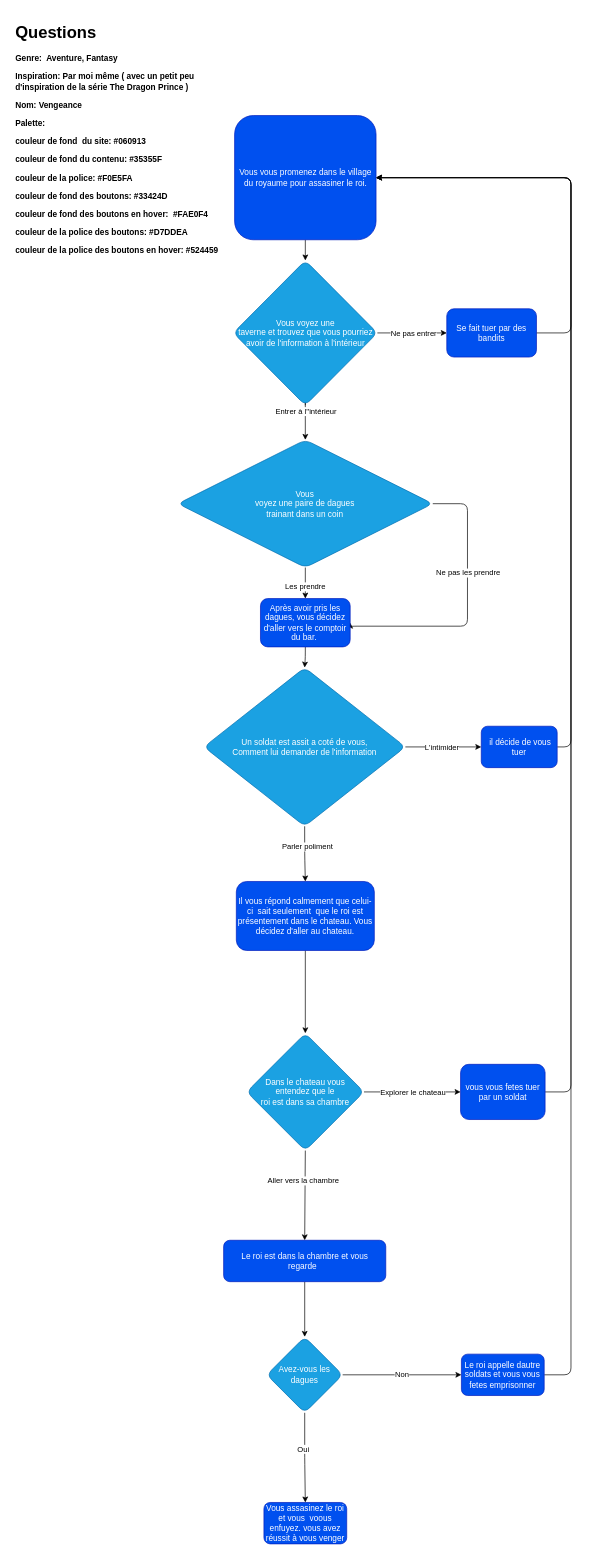
The draw.io diagram schemat.drawio in MaikHamel/histoire-dont-vous-etes-le-hero.github.io, before the edit. Source tidied: cells renumbered, new cells numbered last; positions are measured from the earlier drawing's top-left corner, leaving out a move shared by most shapes. Both pictures are drawn from the tidied source at 69%, with x=0, y=0 at pixel (12, 19).
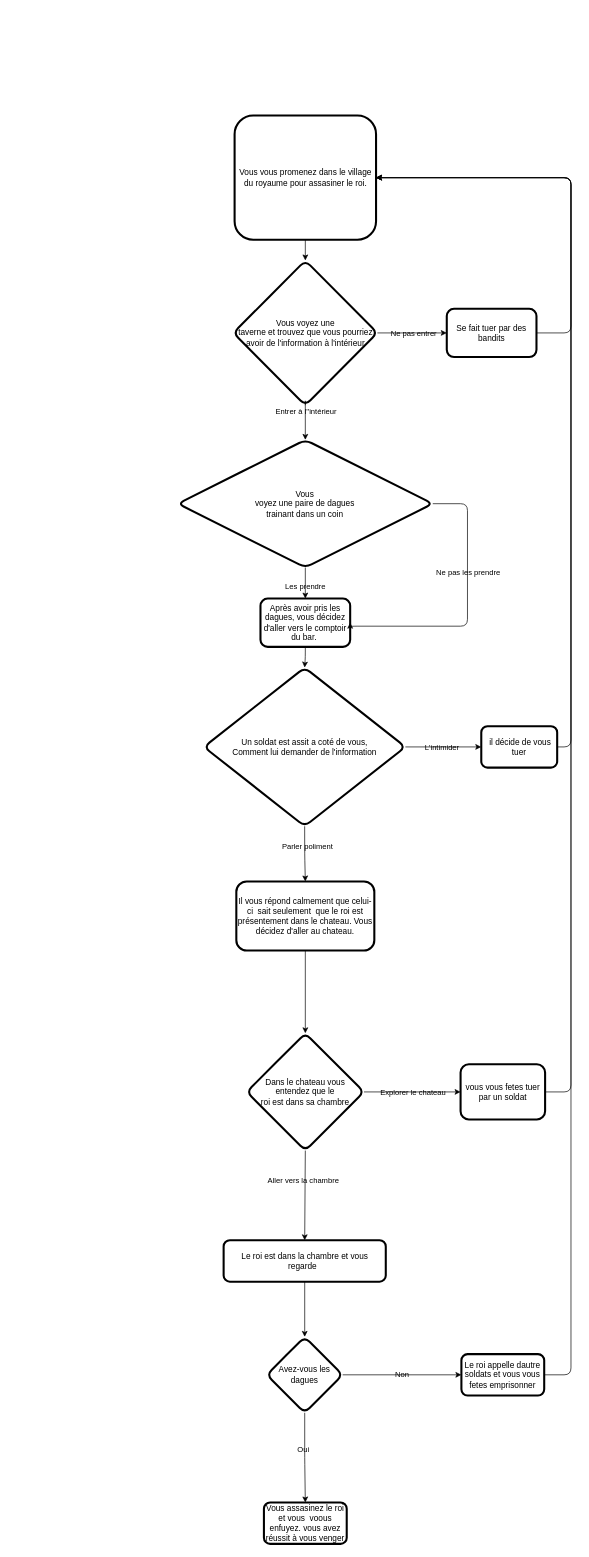
Above is the later version.

What changed in the source:
```diff
@@
-<mxGraphModel>
+<mxGraphModel background="#ffffff">
@@
-    <mxCell id="2" style="edgeStyle=none;html=1;exitX=0.5;exitY=1;exitDx=0;exitDy=0;entryX=0.5;entryY=0;entryDx=0;entryDy=0;" parent="1" edge="1" source="3" target="9">
+    <mxCell id="2" style="edgeStyle=none;html=1;exitX=0.5;exitY=1;exitDx=0;exitDy=0;entryX=0.5;entryY=0;entryDx=0;entryDy=0;strokeColor=#000000;" parent="1" edge="1" source="3" target="9">
       <mxGeometry relative="1" as="geometry" />
     </mxCell>
-    <mxCell id="3" value="Vous vous promenez dans le village du royaume pour assasiner le roi." style="rounded=1;whiteSpace=wrap;html=1;fillColor=#0050ef;fontColor=#ffffff;strokeColor=#001DBC;" parent="1" vertex="1">
+    <mxCell id="3" value="Vous vous promenez dans le village du royaume pour assasiner le roi." style="rounded=1;whiteSpace=wrap;html=1;labelBorderColor=none;labelBackgroundColor=none;fillColor=none;fontColor=#000000;strokeColor=#000000;strokeWidth=3;" parent="1" vertex="1">
       <mxGeometry x="322.5" y="140" width="205" height="180" as="geometry" />
     </mxCell>
-    <mxCell id="4" value="&lt;h1&gt;Questions&lt;/h1&gt;&lt;p&gt;&lt;b&gt;Genre:&amp;nbsp; Aventure, Fantasy&lt;/b&gt;&lt;/p&gt;&lt;p&gt;&lt;b&gt;Inspiration: Par moi même ( avec un petit peu d'inspiration de la série The Dragon Prince )&lt;/b&gt;&lt;b&gt;&lt;br&gt;&lt;/b&gt;&lt;/p&gt;&lt;p&gt;&lt;b&gt;Nom: Vengeance&lt;/b&gt;&lt;b&gt;&lt;br&gt;&lt;/b&gt;&lt;/p&gt;&lt;p&gt;&lt;b&gt;Palette:&amp;nbsp;&lt;/b&gt;&lt;b&gt;&lt;br&gt;&lt;/b&gt;&lt;/p&gt;&lt;p&gt;&lt;b&gt;couleur de fond&amp;nbsp; du site: #060913&lt;/b&gt;&lt;/p&gt;&lt;p&gt;&lt;b&gt;couleur de fond du contenu: #35355F&lt;/b&gt;&lt;/p&gt;&lt;p&gt;&lt;b&gt;couleur de la police: #F0E5FA&lt;/b&gt;&lt;/p&gt;&lt;p&gt;&lt;b&gt;couleur de fond des boutons: #33424D&lt;/b&gt;&lt;/p&gt;&lt;p&gt;&lt;b&gt;couleur de fond des boutons en hover:&amp;nbsp; #FAE0F4&lt;/b&gt;&lt;/p&gt;&lt;p&gt;&lt;b&gt;couleur de la police des boutons: #D7DDEA&lt;/b&gt;&lt;/p&gt;&lt;p&gt;&lt;b&gt;couleur de la police des boutons en hover: #524459&lt;/b&gt;&lt;/p&gt;&lt;br&gt;&lt;p&gt;&lt;b&gt;&lt;br&gt;&lt;/b&gt;&lt;/p&gt;" style="text;html=1;strokeColor=none;fillColor=none;spacing=5;spacingTop=-20;whiteSpace=wrap;overflow=hidden;rounded=0;" parent="1" vertex="1">
-      <mxGeometry width="320" height="380" as="geometry" />
-    </mxCell>
-    <mxCell id="5" style="edgeStyle=none;html=1;exitX=0.5;exitY=1;exitDx=0;exitDy=0;entryX=0.5;entryY=0;entryDx=0;entryDy=0;" parent="1" edge="1" source="9" target="43">
+    <mxCell id="5" style="edgeStyle=none;html=1;exitX=0.5;exitY=1;exitDx=0;exitDy=0;entryX=0.5;entryY=0;entryDx=0;entryDy=0;strokeColor=#000000;" parent="1" edge="1" source="9" target="43">
       <mxGeometry relative="1" as="geometry">
         <Array as="points">
           <mxPoint x="425" y="550" />
         </Array>
       </mxGeometry>
     </mxCell>
-    <mxCell id="6" value="Entrer à l''intérieur" style="edgeLabel;html=1;align=center;verticalAlign=middle;" parent="5" vertex="1">
+    <mxCell id="6" value="Entrer à l''intérieur" style="edgeLabel;html=1;align=center;verticalAlign=middle;labelBackgroundColor=none;fontColor=#000000;" parent="5" vertex="1">
       <mxGeometry x="0.09" y="-3" relative="1" as="geometry">
         <mxPoint x="3" y="-10" as="offset" />
       </mxGeometry>
     </mxCell>
-    <mxCell id="7" style="edgeStyle=none;html=1;exitX=1;exitY=0.5;exitDx=0;exitDy=0;entryX=0;entryY=0.5;entryDx=0;entryDy=0;" parent="1" edge="1" source="9" target="15">
+    <mxCell id="7" style="edgeStyle=none;html=1;exitX=1;exitY=0.5;exitDx=0;exitDy=0;entryX=0;entryY=0.5;entryDx=0;entryDy=0;strokeColor=#000000;" parent="1" edge="1" source="9" target="15">
       <mxGeometry relative="1" as="geometry" />
     </mxCell>
-    <mxCell id="8" value="Ne pas entrer" style="edgeLabel;html=1;align=center;verticalAlign=middle;" parent="7" vertex="1">
+    <mxCell id="8" value="Ne pas entrer" style="edgeLabel;html=1;align=center;verticalAlign=middle;labelBackgroundColor=none;fontColor=#000000;" parent="7" vertex="1">
       <mxGeometry x="-0.24" relative="1" as="geometry">
         <mxPoint x="14" as="offset" />
       </mxGeometry>
     </mxCell>
-    <mxCell id="9" value="Vous voyez une &lt;br&gt;taverne et trouvez que vous pourriez avoir de l'information à l'intérieur" style="rhombus;whiteSpace=wrap;html=1;rounded=1;fillColor=#1ba1e2;strokeColor=#006EAF;fontColor=#ffffff;" parent="1" vertex="1">
+    <mxCell id="9" value="Vous voyez une &lt;br&gt;taverne et trouvez que vous pourriez avoir de l'information à l'intérieur" style="rhombus;whiteSpace=wrap;html=1;rounded=1;labelBorderColor=none;labelBackgroundColor=none;fillColor=none;fontColor=#000000;strokeColor=#000000;strokeWidth=3;" parent="1" vertex="1">
       <mxGeometry x="320.6" y="350" width="208.8" height="210" as="geometry" />
     </mxCell>
-    <mxCell id="10" style="edgeStyle=orthogonalEdgeStyle;html=1;exitX=1;exitY=0.5;exitDx=0;exitDy=0;entryX=1;entryY=0.5;entryDx=0;entryDy=0;" parent="1" edge="1" source="43" target="17">
+    <mxCell id="10" style="edgeStyle=orthogonalEdgeStyle;html=1;exitX=1;exitY=0.5;exitDx=0;exitDy=0;entryX=1;entryY=0.5;entryDx=0;entryDy=0;strokeColor=#000000;" parent="1" edge="1" source="43" target="17">
       <mxGeometry relative="1" as="geometry">
         <Array as="points">
           <mxPoint x="660" y="703" />
           <mxPoint x="660" y="880" />
           <mxPoint x="490" y="880" />
         </Array>
       </mxGeometry>
     </mxCell>
-    <mxCell id="11" value="Ne pas les prendre" style="edgeLabel;html=1;align=center;verticalAlign=middle;" parent="10" vertex="1">
+    <mxCell id="11" value="Ne pas les prendre" style="edgeLabel;html=1;align=center;verticalAlign=middle;labelBackgroundColor=none;fontColor=#000000;" parent="10" vertex="1">
       <mxGeometry x="-0.25" y="-2" relative="1" as="geometry">
         <mxPoint x="2" y="-1" as="offset" />
       </mxGeometry>
     </mxCell>
-    <mxCell id="12" style="edgeStyle=orthogonalEdgeStyle;html=1;exitX=0.5;exitY=1;exitDx=0;exitDy=0;entryX=0.5;entryY=0;entryDx=0;entryDy=0;" parent="1" edge="1" source="43" target="17">
+    <mxCell id="12" style="edgeStyle=orthogonalEdgeStyle;html=1;exitX=0.5;exitY=1;exitDx=0;exitDy=0;entryX=0.5;entryY=0;entryDx=0;entryDy=0;strokeColor=#000000;" parent="1" edge="1" source="43" target="17">
       <mxGeometry relative="1" as="geometry" />
     </mxCell>
-    <mxCell id="13" value="Les prendre" style="edgeLabel;html=1;align=center;verticalAlign=middle;" parent="12" vertex="1">
+    <mxCell id="13" value="Les prendre" style="edgeLabel;html=1;align=center;verticalAlign=middle;labelBackgroundColor=none;fontColor=#000000;" parent="12" vertex="1">
       <mxGeometry x="0.22" y="-1" relative="1" as="geometry" />
     </mxCell>
-    <mxCell id="14" style="edgeStyle=orthogonalEdgeStyle;html=1;exitX=1;exitY=0.5;exitDx=0;exitDy=0;entryX=1;entryY=0.5;entryDx=0;entryDy=0;" parent="1" edge="1" source="15" target="3">
+    <mxCell id="14" style="edgeStyle=orthogonalEdgeStyle;html=1;exitX=1;exitY=0.5;exitDx=0;exitDy=0;entryX=1;entryY=0.5;entryDx=0;entryDy=0;strokeColor=#000000;" parent="1" edge="1" source="15" target="3">
       <mxGeometry relative="1" as="geometry">
         <Array as="points">
           <mxPoint x="810" y="455" />
           <mxPoint x="810" y="230" />
         </Array>
       </mxGeometry>
     </mxCell>
-    <mxCell id="15" value="Se fait tuer par des bandits" style="rounded=1;whiteSpace=wrap;html=1;fillColor=#0050ef;fontColor=#ffffff;strokeColor=#001DBC;" parent="1" vertex="1">
+    <mxCell id="15" value="Se fait tuer par des bandits" style="rounded=1;whiteSpace=wrap;html=1;labelBorderColor=none;labelBackgroundColor=none;fillColor=none;fontColor=#000000;strokeColor=#000000;strokeWidth=3;" parent="1" vertex="1">
       <mxGeometry x="630" y="420" width="130" height="70" as="geometry" />
     </mxCell>
-    <mxCell id="16" style="edgeStyle=orthogonalEdgeStyle;html=1;exitX=0.5;exitY=1;exitDx=0;exitDy=0;entryX=0.5;entryY=0;entryDx=0;entryDy=0;" parent="1" edge="1" source="17" target="22">
+    <mxCell id="16" style="edgeStyle=orthogonalEdgeStyle;html=1;exitX=0.5;exitY=1;exitDx=0;exitDy=0;entryX=0.5;entryY=0;entryDx=0;entryDy=0;strokeColor=#000000;" parent="1" edge="1" source="17" target="22">
       <mxGeometry relative="1" as="geometry" />
     </mxCell>
-    <mxCell id="17" value="Après avoir pris les dagues, vous décidez d'aller vers le comptoir du bar.&amp;nbsp;" style="rounded=1;whiteSpace=wrap;html=1;fillColor=#0050ef;fontColor=#ffffff;strokeColor=#001DBC;" parent="1" vertex="1">
+    <mxCell id="17" value="Après avoir pris les dagues, vous décidez d'aller vers le comptoir du bar.&amp;nbsp;" style="rounded=1;whiteSpace=wrap;html=1;labelBorderColor=none;labelBackgroundColor=none;fillColor=none;fontColor=#000000;strokeColor=#000000;strokeWidth=3;" parent="1" vertex="1">
       <mxGeometry x="360" y="840" width="130" height="70" as="geometry" />
     </mxCell>
-    <mxCell id="18" style="edgeStyle=orthogonalEdgeStyle;html=1;exitX=0.5;exitY=1;exitDx=0;exitDy=0;entryX=0.5;entryY=0;entryDx=0;entryDy=0;" parent="1" edge="1" source="22" target="24">
+    <mxCell id="18" style="edgeStyle=orthogonalEdgeStyle;html=1;exitX=0.5;exitY=1;exitDx=0;exitDy=0;entryX=0.5;entryY=0;entryDx=0;entryDy=0;strokeColor=#000000;" parent="1" edge="1" source="22" target="24">
       <mxGeometry relative="1" as="geometry" />
     </mxCell>
-    <mxCell id="19" value="Parler poliment" style="edgeLabel;html=1;align=center;verticalAlign=middle;" parent="18" vertex="1">
+    <mxCell id="19" value="Parler poliment" style="edgeLabel;html=1;align=center;verticalAlign=middle;labelBackgroundColor=none;fontColor=#000000;" parent="18" vertex="1">
       <mxGeometry x="-0.25" y="3" relative="1" as="geometry" />
     </mxCell>
-    <mxCell id="20" style="edgeStyle=orthogonalEdgeStyle;html=1;exitX=1;exitY=0.5;exitDx=0;exitDy=0;entryX=0;entryY=0.5;entryDx=0;entryDy=0;" parent="1" edge="1" source="22" target="26">
+    <mxCell id="20" style="edgeStyle=orthogonalEdgeStyle;html=1;exitX=1;exitY=0.5;exitDx=0;exitDy=0;entryX=0;entryY=0.5;entryDx=0;entryDy=0;strokeColor=#000000;" parent="1" edge="1" source="22" target="26">
       <mxGeometry relative="1" as="geometry" />
     </mxCell>
-    <mxCell id="21" value="L'intimider" style="edgeLabel;html=1;align=center;verticalAlign=middle;" parent="20" vertex="1">
+    <mxCell id="21" value="L'intimider" style="edgeLabel;html=1;align=center;verticalAlign=middle;labelBackgroundColor=none;fontColor=#000000;" parent="20" vertex="1">
       <mxGeometry x="-0.3" y="1" relative="1" as="geometry">
         <mxPoint x="13" y="1" as="offset" />
       </mxGeometry>
     </mxCell>
-    <mxCell id="22" value="&lt;font style=&quot;font-size: 12px;&quot;&gt;Un soldat est assit a coté de vous, &lt;br&gt;Comment lui demander de l'information&lt;/font&gt;" style="rhombus;whiteSpace=wrap;html=1;rounded=1;fillColor=#1ba1e2;strokeColor=#006EAF;fontColor=#ffffff;" parent="1" vertex="1">
+    <mxCell id="22" value="&lt;font style=&quot;font-size: 12px;&quot;&gt;Un soldat est assit a coté de vous, &lt;br&gt;Comment lui demander de l'information&lt;/font&gt;" style="rhombus;whiteSpace=wrap;html=1;rounded=1;labelBorderColor=none;labelBackgroundColor=none;fillColor=none;fontColor=#000000;strokeColor=#000000;strokeWidth=3;" parent="1" vertex="1">
       <mxGeometry x="278.1" y="940" width="291.9" height="230" as="geometry" />
     </mxCell>
-    <mxCell id="23" style="edgeStyle=orthogonalEdgeStyle;html=1;exitX=0.5;exitY=1;exitDx=0;exitDy=0;entryX=0.5;entryY=0;entryDx=0;entryDy=0;" parent="1" edge="1" source="24" target="33">
+    <mxCell id="23" style="edgeStyle=orthogonalEdgeStyle;html=1;exitX=0.5;exitY=1;exitDx=0;exitDy=0;entryX=0.5;entryY=0;entryDx=0;entryDy=0;strokeColor=#000000;" parent="1" edge="1" source="24" target="33">
       <mxGeometry relative="1" as="geometry" />
     </mxCell>
-    <mxCell id="24" value="Il vous répond calmement que celui-ci&amp;nbsp; sait seulement&amp;nbsp; que le roi est présentement dans le chateau. Vous décidez d'aller au chateau." style="rounded=1;whiteSpace=wrap;html=1;fillColor=#0050ef;fontColor=#ffffff;strokeColor=#001DBC;" parent="1" vertex="1">
+    <mxCell id="24" value="Il vous répond calmement que celui-ci&amp;nbsp; sait seulement&amp;nbsp; que le roi est présentement dans le chateau. Vous décidez d'aller au chateau." style="rounded=1;whiteSpace=wrap;html=1;labelBorderColor=none;labelBackgroundColor=none;fillColor=none;fontColor=#000000;strokeColor=#000000;strokeWidth=3;" parent="1" vertex="1">
       <mxGeometry x="325" y="1250" width="200" height="100" as="geometry" />
     </mxCell>
-    <mxCell id="25" style="edgeStyle=orthogonalEdgeStyle;html=1;exitX=1;exitY=0.5;exitDx=0;exitDy=0;entryX=1;entryY=0.5;entryDx=0;entryDy=0;" parent="1" edge="1" source="26" target="3">
+    <mxCell id="25" style="edgeStyle=orthogonalEdgeStyle;html=1;exitX=1;exitY=0.5;exitDx=0;exitDy=0;entryX=1;entryY=0.5;entryDx=0;entryDy=0;strokeColor=#000000;" parent="1" edge="1" source="26" target="3">
       <mxGeometry relative="1" as="geometry">
         <Array as="points">
           <mxPoint x="810" y="1055" />
           <mxPoint x="810" y="230" />
         </Array>
       </mxGeometry>
     </mxCell>
-    <mxCell id="26" value="&amp;nbsp;il décide de vous tuer" style="rounded=1;whiteSpace=wrap;html=1;fillColor=#0050ef;fontColor=#ffffff;strokeColor=#001DBC;" parent="1" vertex="1">
+    <mxCell id="26" value="&amp;nbsp;il décide de vous tuer" style="rounded=1;whiteSpace=wrap;html=1;labelBorderColor=none;labelBackgroundColor=none;fillColor=none;fontColor=#000000;strokeColor=#000000;strokeWidth=3;" parent="1" vertex="1">
       <mxGeometry x="680" y="1025" width="110" height="60" as="geometry" />
     </mxCell>
-    <mxCell id="27" style="edgeStyle=orthogonalEdgeStyle;html=1;exitX=1;exitY=0.5;exitDx=0;exitDy=0;entryX=1;entryY=0.5;entryDx=0;entryDy=0;" parent="1" edge="1" source="28" target="3">
+    <mxCell id="27" style="edgeStyle=orthogonalEdgeStyle;html=1;exitX=1;exitY=0.5;exitDx=0;exitDy=0;entryX=1;entryY=0.5;entryDx=0;entryDy=0;strokeColor=#000000;" parent="1" edge="1" source="28" target="3">
       <mxGeometry relative="1" as="geometry">
         <Array as="points">
           <mxPoint x="810" y="1555" />
           <mxPoint x="810" y="230" />
         </Array>
       </mxGeometry>
     </mxCell>
-    <mxCell id="28" value="vous vous fetes tuer par un soldat" style="rounded=1;whiteSpace=wrap;html=1;fillColor=#0050ef;fontColor=#ffffff;strokeColor=#001DBC;" parent="1" vertex="1">
+    <mxCell id="28" value="vous vous fetes tuer par un soldat" style="rounded=1;whiteSpace=wrap;html=1;labelBorderColor=none;labelBackgroundColor=none;fillColor=none;fontColor=#000000;strokeColor=#000000;strokeWidth=3;" parent="1" vertex="1">
       <mxGeometry x="650" y="1515" width="122.5" height="80" as="geometry" />
     </mxCell>
-    <mxCell id="29" style="edgeStyle=none;html=1;exitX=1;exitY=0.5;exitDx=0;exitDy=0;" parent="1" edge="1" source="33" target="28">
+    <mxCell id="29" style="edgeStyle=none;html=1;exitX=1;exitY=0.5;exitDx=0;exitDy=0;strokeColor=#000000;" parent="1" edge="1" source="33" target="28">
       <mxGeometry relative="1" as="geometry" />
     </mxCell>
-    <mxCell id="30" value="Explorer le chateau" style="edgeLabel;html=1;align=center;verticalAlign=middle;" parent="29" vertex="1">
+    <mxCell id="30" value="Explorer le chateau" style="edgeLabel;html=1;align=center;verticalAlign=middle;labelBackgroundColor=none;fontColor=#000000;" parent="29" vertex="1">
       <mxGeometry x="-0.31" y="-2" relative="1" as="geometry">
         <mxPoint x="22" y="-2" as="offset" />
       </mxGeometry>
     </mxCell>
-    <mxCell id="31" style="edgeStyle=none;html=1;exitX=0.5;exitY=1;exitDx=0;exitDy=0;entryX=0.5;entryY=0;entryDx=0;entryDy=0;" parent="1" edge="1" source="33" target="35">
+    <mxCell id="31" style="edgeStyle=none;html=1;exitX=0.5;exitY=1;exitDx=0;exitDy=0;entryX=0.5;entryY=0;entryDx=0;entryDy=0;strokeColor=#000000;" parent="1" edge="1" source="33" target="35">
       <mxGeometry relative="1" as="geometry" />
     </mxCell>
-    <mxCell id="32" value="Aller vers la chambre" style="edgeLabel;html=1;align=center;verticalAlign=middle;" parent="31" vertex="1">
+    <mxCell id="32" value="Aller vers la chambre" style="edgeLabel;html=1;align=center;verticalAlign=middle;labelBackgroundColor=none;fontColor=#000000;" parent="31" vertex="1">
       <mxGeometry x="-0.33" y="-3" relative="1" as="geometry" />
     </mxCell>
-    <mxCell id="33" value="Dans le chateau vous entendez que le &lt;br&gt;roi est dans sa chambre" style="rhombus;whiteSpace=wrap;html=1;rounded=1;fillColor=#1ba1e2;strokeColor=#006EAF;fontColor=#ffffff;" parent="1" vertex="1">
+    <mxCell id="33" value="Dans le chateau vous entendez que le &lt;br&gt;roi est dans sa chambre" style="rhombus;whiteSpace=wrap;html=1;rounded=1;labelBorderColor=none;labelBackgroundColor=none;fillColor=none;fontColor=#000000;strokeColor=#000000;strokeWidth=3;" parent="1" vertex="1">
       <mxGeometry x="340" y="1470" width="170" height="170" as="geometry" />
     </mxCell>
-    <mxCell id="34" style="edgeStyle=orthogonalEdgeStyle;html=1;exitX=0.5;exitY=1;exitDx=0;exitDy=0;" parent="1" edge="1" source="35" target="39">
+    <mxCell id="34" style="edgeStyle=orthogonalEdgeStyle;html=1;exitX=0.5;exitY=1;exitDx=0;exitDy=0;strokeColor=#000000;" parent="1" edge="1" source="35" target="39">
       <mxGeometry relative="1" as="geometry" />
     </mxCell>
-    <mxCell id="35" value="Le roi est dans la chambre et vous regarde&amp;nbsp;&amp;nbsp;" style="rounded=1;whiteSpace=wrap;html=1;fillColor=#0050ef;fontColor=#ffffff;strokeColor=#001DBC;" parent="1" vertex="1">
+    <mxCell id="35" value="Le roi est dans la chambre et vous regarde&amp;nbsp;&amp;nbsp;" style="rounded=1;whiteSpace=wrap;html=1;labelBorderColor=none;labelBackgroundColor=none;fillColor=none;fontColor=#000000;strokeColor=#000000;strokeWidth=3;" parent="1" vertex="1">
       <mxGeometry x="306.6" y="1770" width="235" height="60" as="geometry" />
     </mxCell>
-    <mxCell id="36" value="Non" style="edgeStyle=orthogonalEdgeStyle;html=1;exitX=1;exitY=0.5;exitDx=0;exitDy=0;entryX=0;entryY=0.5;entryDx=0;entryDy=0;" parent="1" edge="1" source="39" target="41">
+    <mxCell id="36" value="Non" style="edgeStyle=orthogonalEdgeStyle;html=1;exitX=1;exitY=0.5;exitDx=0;exitDy=0;entryX=0;entryY=0.5;entryDx=0;entryDy=0;strokeColor=#000000;labelBackgroundColor=none;fontColor=#000000;" parent="1" edge="1" source="39" target="41">
       <mxGeometry relative="1" as="geometry" />
     </mxCell>
-    <mxCell id="37" style="edgeStyle=orthogonalEdgeStyle;html=1;exitX=0.5;exitY=1;exitDx=0;exitDy=0;" parent="1" edge="1" source="39" target="42">
+    <mxCell id="37" style="edgeStyle=orthogonalEdgeStyle;html=1;exitX=0.5;exitY=1;exitDx=0;exitDy=0;strokeColor=#000000;" parent="1" edge="1" source="39" target="42">
       <mxGeometry relative="1" as="geometry" />
     </mxCell>
-    <mxCell id="38" value="Oui" style="edgeLabel;html=1;align=center;verticalAlign=middle;" parent="37" vertex="1">
+    <mxCell id="38" value="Oui" style="edgeLabel;html=1;align=center;verticalAlign=middle;labelBackgroundColor=none;fontColor=#000000;" parent="37" vertex="1">
       <mxGeometry x="-0.2" y="-3" relative="1" as="geometry" />
     </mxCell>
-    <mxCell id="39" value="Avez-vous les dagues" style="rhombus;whiteSpace=wrap;html=1;rounded=1;fillColor=#1ba1e2;strokeColor=#006EAF;fontColor=#ffffff;" parent="1" vertex="1">
+    <mxCell id="39" value="Avez-vous les dagues" style="rhombus;whiteSpace=wrap;html=1;rounded=1;labelBorderColor=none;labelBackgroundColor=none;fillColor=none;fontColor=#000000;strokeColor=#000000;strokeWidth=3;" parent="1" vertex="1">
       <mxGeometry x="369.1" y="1910" width="110" height="110" as="geometry" />
     </mxCell>
-    <mxCell id="40" style="edgeStyle=orthogonalEdgeStyle;html=1;exitX=1;exitY=0.5;exitDx=0;exitDy=0;entryX=1;entryY=0.5;entryDx=0;entryDy=0;" parent="1" edge="1" source="41" target="3">
+    <mxCell id="40" style="edgeStyle=orthogonalEdgeStyle;html=1;exitX=1;exitY=0.5;exitDx=0;exitDy=0;entryX=1;entryY=0.5;entryDx=0;entryDy=0;fontColor=#000000;strokeColor=#000000;" parent="1" edge="1" source="41" target="3">
       <mxGeometry relative="1" as="geometry">
         <Array as="points">
           <mxPoint x="810" y="1965" />
           <mxPoint x="810" y="230" />
         </Array>
       </mxGeometry>
     </mxCell>
-    <mxCell id="41" value="Le roi appelle dautre soldats et vous vous fetes emprisonner" style="rounded=1;whiteSpace=wrap;html=1;fillColor=#0050ef;fontColor=#ffffff;strokeColor=#001DBC;" parent="1" vertex="1">
+    <mxCell id="41" value="Le roi appelle dautre soldats et vous vous fetes emprisonner" style="rounded=1;whiteSpace=wrap;html=1;labelBorderColor=none;labelBackgroundColor=none;fillColor=none;fontColor=#000000;strokeColor=#000000;strokeWidth=3;" parent="1" vertex="1">
       <mxGeometry x="651.2" y="1935" width="120" height="60" as="geometry" />
     </mxCell>
-    <mxCell id="42" value="Vous assasinez le roi et vous&amp;nbsp; voous enfuyez. vous avez réussit à vous venger" style="rounded=1;whiteSpace=wrap;html=1;fillColor=#0050ef;fontColor=#ffffff;strokeColor=#001DBC;" parent="1" vertex="1">
+    <mxCell id="42" value="Vous assasinez le roi et vous&amp;nbsp; voous enfuyez. vous avez réussit à vous venger" style="rounded=1;whiteSpace=wrap;html=1;labelBorderColor=none;labelBackgroundColor=none;fillColor=none;fontColor=#000000;strokeColor=#000000;strokeWidth=3;" parent="1" vertex="1">
       <mxGeometry x="365" y="2150" width="120" height="60" as="geometry" />
     </mxCell>
-    <mxCell id="43" value="&lt;font style=&quot;&quot;&gt;&lt;font style=&quot;font-size: 12px;&quot;&gt;Vous &lt;br&gt;voyez une paire de dagues &lt;br&gt;trainant dans un coin&lt;/font&gt;&lt;br&gt;&lt;/font&gt;" style="rhombus;whiteSpace=wrap;html=1;fillColor=#1ba1e2;fontColor=#ffffff;strokeColor=#006EAF;rounded=1;" parent="1" vertex="1">
+    <mxCell id="43" value="&lt;font style=&quot;&quot;&gt;&lt;font style=&quot;font-size: 12px;&quot;&gt;Vous &lt;br&gt;voyez une paire de dagues &lt;br&gt;trainant dans un coin&lt;/font&gt;&lt;br&gt;&lt;/font&gt;" style="rhombus;whiteSpace=wrap;html=1;rounded=1;labelBorderColor=none;labelBackgroundColor=none;fillColor=none;fontColor=#000000;strokeColor=#000000;strokeWidth=3;" parent="1" vertex="1">
       <mxGeometry x="240.3" y="610" width="369.4" height="185" as="geometry" />
     </mxCell>
```
